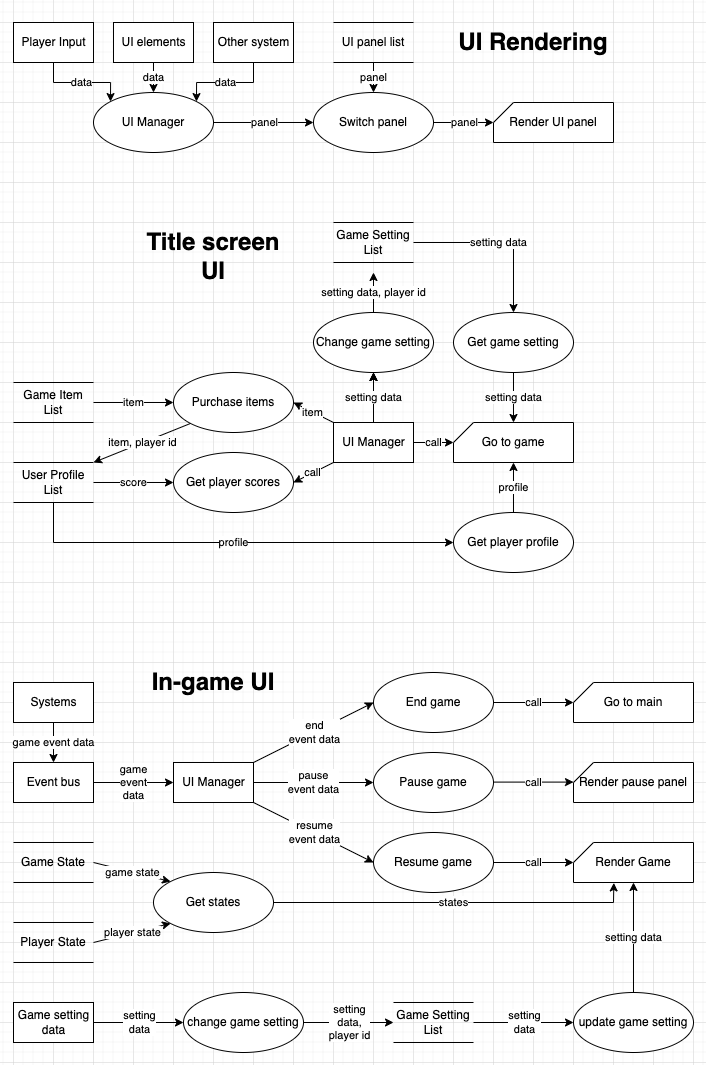
This is Pictures/DFD/UI_DFD.png from Mokmokhi/Pacman, a draw.io export, as it was before one commit. Source tidied: cells renumbered, new cells last; positions are measured from the earlier drawing's top-left corner, leaving out a move shared by most shapes.
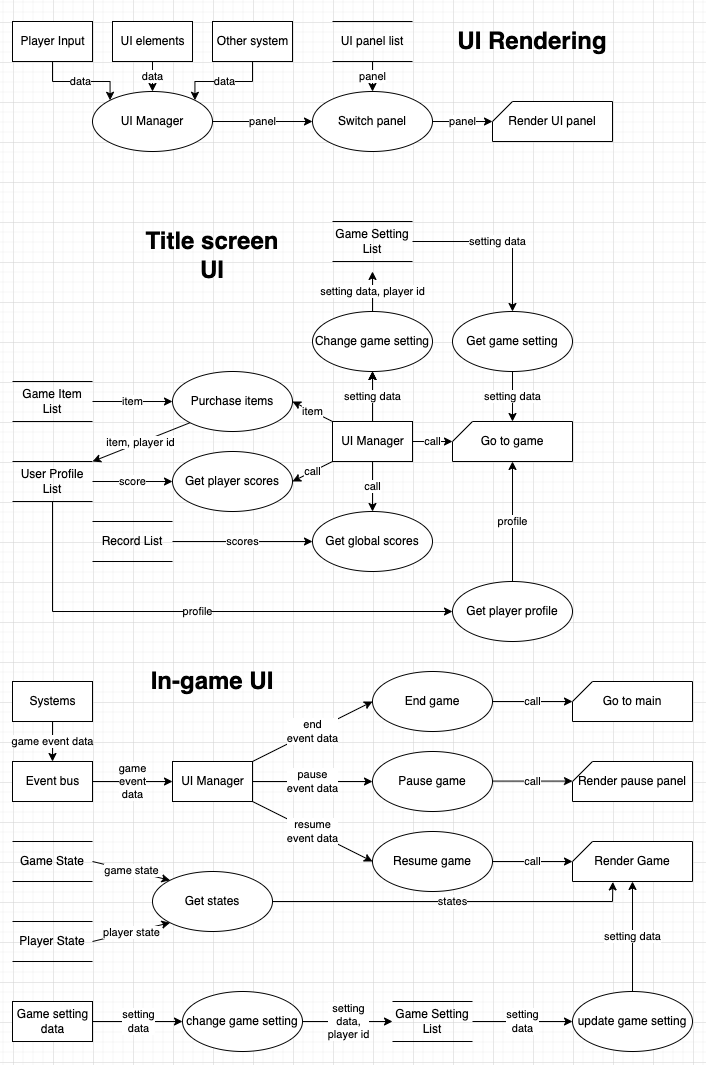
After the change.

What changed in the source:
```diff
@@ -28,6 +28,9 @@
     <mxCell id="8" style="edgeStyle=orthogonalEdgeStyle;rounded=0;jettySize=auto;html=1;" parent="1" edge="1" source="9" target="10">
       <mxGeometry relative="1" as="geometry" />
     </mxCell>
+    <mxCell id="94" value="call" style="edgeStyle=orthogonalEdgeStyle;rounded=0;jettySize=auto;html=1;" parent="1" edge="1" source="9" target="99">
+      <mxGeometry relative="1" as="geometry" />
+    </mxCell>
     <mxCell id="9" value="UI Manager" style="html=1;dashed=0;whitespace=wrap;" parent="1" vertex="1">
       <mxGeometry x="320" y="400" width="80" height="40" as="geometry" />
     </mxCell>
@@ -97,13 +100,13 @@
       <mxGeometry relative="1" as="geometry" />
     </mxCell>
     <mxCell id="26" value="Get player profile" style="ellipse;whiteSpace=wrap;html=1;" parent="1" vertex="1">
-      <mxGeometry x="440" y="490" width="120" height="60" as="geometry" />
+      <mxGeometry x="440" y="560" width="120" height="60" as="geometry" />
     </mxCell>
     <mxCell id="27" value="profile" style="endArrow=classic;html=1;rounded=0;entryX=0;entryY=0.5;entryDx=0;entryDy=0;" parent="1" edge="1" target="26">
       <mxGeometry relative="1" as="geometry">
         <mxPoint x="40" y="480" as="sourcePoint" />
         <Array as="points">
-          <mxPoint x="40" y="520" />
+          <mxPoint x="40" y="590" />
         </Array>
       </mxGeometry>
     </mxCell>
@@ -355,5 +358,28 @@
     <mxCell id="93" value="UI elements" style="html=1;dashed=0;whitespace=wrap;" parent="1" vertex="1">
       <mxGeometry x="100" width="80" height="40" as="geometry" />
     </mxCell>
+    <mxCell id="95" style="group;" parent="1" vertex="1">
+      <mxGeometry x="80" y="500" width="80" height="40" as="geometry" />
+    </mxCell>
+    <mxCell id="96" value="Record List" style="text;html=1;strokeColor=none;fillColor=none;align=center;verticalAlign=middle;whiteSpace=wrap;rounded=0;" parent="95" vertex="1">
+      <mxGeometry width="80" height="40" as="geometry" />
+    </mxCell>
+    <mxCell id="97" style="endArrow=none;html=1;rounded=0;entryX=1;entryY=0;entryDx=0;entryDy=0;" parent="95" edge="1" target="96">
+      <mxGeometry relative="1" as="geometry">
+        <mxPoint as="sourcePoint" />
+      </mxGeometry>
+    </mxCell>
+    <mxCell id="98" style="endArrow=none;html=1;rounded=0;entryX=1;entryY=0;entryDx=0;entryDy=0;" parent="95" edge="1">
+      <mxGeometry relative="1" as="geometry">
+        <mxPoint y="40" as="sourcePoint" />
+        <mxPoint x="80" y="40" as="targetPoint" />
+      </mxGeometry>
+    </mxCell>
+    <mxCell id="99" value="Get global scores" style="ellipse;whiteSpace=wrap;html=1;" parent="1" vertex="1">
+      <mxGeometry x="300" y="490" width="120" height="60" as="geometry" />
+    </mxCell>
+    <mxCell id="100" value="scores" style="edgeStyle=orthogonalEdgeStyle;rounded=0;jettySize=auto;html=1;" parent="1" edge="1" source="96" target="99">
+      <mxGeometry relative="1" as="geometry" />
+    </mxCell>
   </root>
 </mxGraphModel>
```
